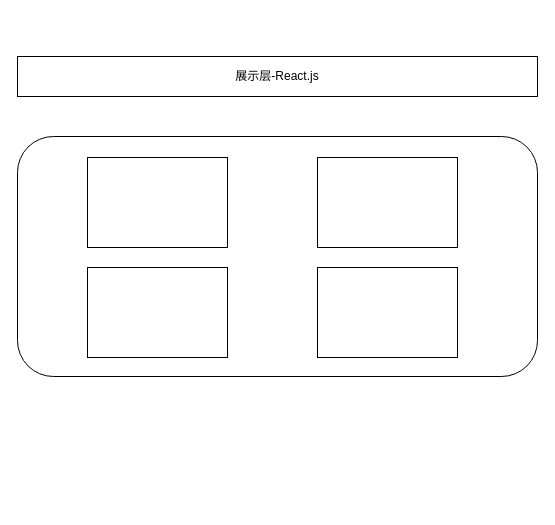
The draw.io diagram 系统架构图.drawio in YuhangChan/Diagrams, before the edit. Source tidied: cells renumbered, new cells numbered last; positions are measured from the earlier drawing's top-left corner, leaving out a move shared by most shapes. Both pictures are drawn from the tidied source at 100%, with x=0, y=0 at pixel (17, 56).
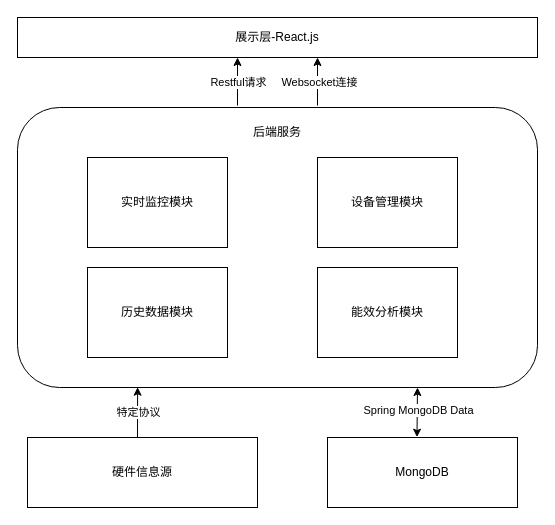
The same page after the edit.

Commit message (it also covers changes not shown here):
更新系统架构图.drawio

Change to the diagram source:
```diff
@@
     <mxCell id="2" value="展示层-React.js" style="rounded=0;whiteSpace=wrap;html=1;" parent="1" vertex="1">
-      <mxGeometry width="520" height="40" as="geometry" />
+      <mxGeometry y="-39" width="520" height="40" as="geometry" />
     </mxCell>
     <mxCell id="3" style="rounded=1;whiteSpace=wrap;html=1;" parent="1" vertex="1">
-      <mxGeometry y="80" width="520" height="240" as="geometry" />
+      <mxGeometry y="51" width="520" height="280" as="geometry" />
     </mxCell>
-    <mxCell id="4" style="rounded=0;whiteSpace=wrap;html=1;" parent="1" vertex="1">
+    <mxCell id="4" value="实时监控模块" style="rounded=0;whiteSpace=wrap;html=1;" parent="1" vertex="1">
       <mxGeometry x="70" y="101" width="140" height="90" as="geometry" />
     </mxCell>
-    <mxCell id="5" style="rounded=0;whiteSpace=wrap;html=1;" parent="1" vertex="1">
+    <mxCell id="5" value="设备管理模块" style="rounded=0;whiteSpace=wrap;html=1;" parent="1" vertex="1">
       <mxGeometry x="300" y="101" width="140" height="90" as="geometry" />
     </mxCell>
-    <mxCell id="6" style="rounded=0;whiteSpace=wrap;html=1;" parent="1" vertex="1">
+    <mxCell id="6" value="历史数据模块" style="rounded=0;whiteSpace=wrap;html=1;" parent="1" vertex="1">
       <mxGeometry x="70" y="211" width="140" height="90" as="geometry" />
     </mxCell>
-    <mxCell id="7" style="rounded=0;whiteSpace=wrap;html=1;" parent="1" vertex="1">
+    <mxCell id="7" value="能效分析模块" style="rounded=0;whiteSpace=wrap;html=1;" parent="1" vertex="1">
       <mxGeometry x="300" y="211" width="140" height="90" as="geometry" />
     </mxCell>
+    <mxCell id="8" value="后端服务" style="text;html=1;align=center;verticalAlign=middle;whiteSpace=wrap;rounded=0;" parent="1" vertex="1">
+      <mxGeometry x="205" y="61" width="110" height="30" as="geometry" />
+    </mxCell>
+    <mxCell id="9" value="硬件信息源" style="rounded=0;whiteSpace=wrap;html=1;" parent="1" vertex="1">
+      <mxGeometry x="10" y="381" width="230" height="70" as="geometry" />
+    </mxCell>
+    <mxCell id="10" style="endArrow=classic;html=1;rounded=0;" parent="1" edge="1">
+      <mxGeometry relative="1" as="geometry">
+        <mxPoint x="220" y="49" as="sourcePoint" />
+        <mxPoint x="220" y="1" as="targetPoint" />
+      </mxGeometry>
+    </mxCell>
+    <mxCell id="11" value="Restful请求" style="edgeLabel;html=1;align=center;verticalAlign=middle;" parent="10" vertex="1">
+      <mxGeometry x="0.01" relative="1" as="geometry" />
+    </mxCell>
+    <mxCell id="12" style="endArrow=classic;html=1;rounded=0;exitX=0.423;exitY=-0.009;exitDx=0;exitDy=0;exitPerimeter=0;" parent="1" edge="1">
+      <mxGeometry relative="1" as="geometry">
+        <mxPoint x="300" y="49" as="sourcePoint" />
+        <mxPoint x="300" y="1" as="targetPoint" />
+      </mxGeometry>
+    </mxCell>
+    <mxCell id="13" value="Websocket连接" style="edgeLabel;html=1;align=center;verticalAlign=middle;" parent="12" vertex="1">
+      <mxGeometry x="0.03" y="-1" relative="1" as="geometry">
+        <mxPoint y="1" as="offset" />
+      </mxGeometry>
+    </mxCell>
+    <mxCell id="14" style="endArrow=classic;html=1;rounded=0;entryX=0.231;entryY=0.999;entryDx=0;entryDy=0;entryPerimeter=0;" parent="1" edge="1" target="3">
+      <mxGeometry relative="1" as="geometry">
+        <mxPoint x="120" y="381" as="sourcePoint" />
+      </mxGeometry>
+    </mxCell>
+    <mxCell id="15" value="特定协议" style="edgeLabel;html=1;align=center;verticalAlign=middle;" parent="14" vertex="1">
+      <mxGeometry x="0.02" y="1" relative="1" as="geometry">
+        <mxPoint x="1" y="1" as="offset" />
+      </mxGeometry>
+    </mxCell>
+    <mxCell id="16" value="MongoDB" style="rounded=0;whiteSpace=wrap;html=1;" parent="1" vertex="1">
+      <mxGeometry x="310" y="381" width="190" height="70" as="geometry" />
+    </mxCell>
+    <mxCell id="17" style="endArrow=classic;startArrow=classic;html=1;rounded=0;exitX=0.471;exitY=-0.005;exitDx=0;exitDy=0;exitPerimeter=0;" parent="1" edge="1" source="16">
+      <mxGeometry relative="1" as="geometry">
+        <mxPoint x="400" y="331" as="targetPoint" />
+      </mxGeometry>
+    </mxCell>
+    <mxCell id="18" value="Spring MongoDB Data" style="edgeLabel;html=1;align=center;verticalAlign=middle;" parent="17" vertex="1">
+      <mxGeometry x="0.09" y="-1" relative="1" as="geometry" />
+    </mxCell>
```
